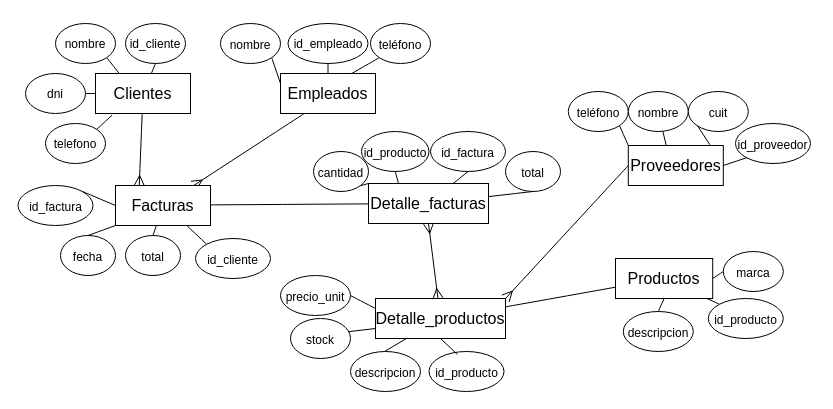
The draw.io diagram Diagrama sin título.drawio in CamilaJuarezAscaini/Backend, before the edit. Source tidied: cells renumbered, new cells numbered last; positions are measured from the earlier drawing's top-left corner, leaving out a move shared by most shapes. Both pictures are drawn from the tidied source at 100%, with x=0, y=0 at pixel (17, 23).
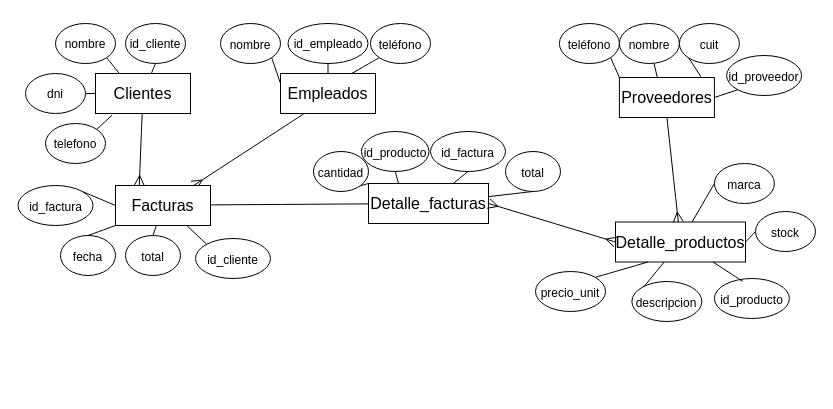
The same diagram, later.

Unchanged cells that the change refers to:
```xml
<mxCell id="49" value="Detalle_facturas" style="rounded=0;whiteSpace=wrap;html=1;fontSize=16;" parent="1" vertex="1">
  <mxGeometry x="351" y="160" width="120" height="40" as="geometry" />
</mxCell>
```

The edit, as a diff of the source:
```diff
@@
-    <mxCell id="6" style="edgeStyle=none;curved=1;rounded=0;jettySize=auto;html=1;fontSize=12;startSize=8;endSize=8;endArrow=none;endFill=0;" parent="1" edge="1" source="7" target="61">
-      <mxGeometry relative="1" as="geometry" />
-    </mxCell>
     <mxCell id="7" value="Detalle_productos" style="rounded=0;whiteSpace=wrap;html=1;fontSize=16;" parent="1" vertex="1">
-      <mxGeometry x="358" y="275" width="130" height="40" as="geometry" />
+      <mxGeometry x="598" y="198.5" width="130" height="40" as="geometry" />
     </mxCell>
@@
-    <mxCell id="10" style="edgeStyle=none;curved=1;rounded=0;jettySize=auto;html=1;exitX=0;exitY=0.5;exitDx=0;exitDy=0;fontSize=12;startSize=8;endSize=8;endArrow=ERmany;endFill=0;entryX=1;entryY=0;entryDx=0;entryDy=0;" parent="1" edge="1" source="14" target="7">
+    <mxCell id="10" style="edgeStyle=none;curved=1;rounded=0;jettySize=auto;html=1;exitX=0.5;exitY=1;exitDx=0;exitDy=0;fontSize=12;startSize=8;endSize=8;endArrow=ERmany;endFill=0;" parent="1" edge="1" source="14" target="7">
       <mxGeometry relative="1" as="geometry" />
     </mxCell>
@@
     <mxCell id="14" value="Proveedores" style="rounded=0;whiteSpace=wrap;html=1;fontSize=16;" parent="1" vertex="1">
-      <mxGeometry x="610.8" y="122" width="95" height="40" as="geometry" />
+      <mxGeometry x="601.9" y="54" width="95" height="40" as="geometry" />
     </mxCell>
@@
     <mxCell id="20" value="&lt;font style=&quot;font-size: 12px;&quot;&gt;teléfono&lt;/font&gt;" style="ellipse;whiteSpace=wrap;html=1;fontSize=16;" parent="1" vertex="1">
-      <mxGeometry x="550.8" y="68" width="60" height="40" as="geometry" />
+      <mxGeometry x="541.9" width="60" height="40" as="geometry" />
     </mxCell>
     <mxCell id="21" value="&lt;font style=&quot;font-size: 12px;&quot;&gt;nombre&lt;/font&gt;" style="ellipse;whiteSpace=wrap;html=1;fontSize=16;" parent="1" vertex="1">
-      <mxGeometry x="610.8" y="68" width="60" height="40" as="geometry" />
+      <mxGeometry x="601.9" width="60" height="40" as="geometry" />
     </mxCell>
     <mxCell id="22" value="&lt;font style=&quot;font-size: 12px;&quot;&gt;id_proveedor&lt;/font&gt;" style="ellipse;whiteSpace=wrap;html=1;fontSize=16;" parent="1" vertex="1">
-      <mxGeometry x="718" y="100" width="75" height="40" as="geometry" />
+      <mxGeometry x="709.1" y="32" width="75" height="40" as="geometry" />
     </mxCell>
     <mxCell id="23" value="&lt;font style=&quot;font-size: 12px;&quot;&gt;cuit&lt;/font&gt;" style="ellipse;whiteSpace=wrap;html=1;fontSize=16;" parent="1" vertex="1">
-      <mxGeometry x="670.8" y="68" width="60" height="40" as="geometry" />
+      <mxGeometry x="661.9" width="60" height="40" as="geometry" />
     </mxCell>
@@
     <mxCell id="25" value="&lt;font style=&quot;font-size: 12px;&quot;&gt;id_producto&lt;/font&gt;" style="ellipse;whiteSpace=wrap;html=1;fontSize=16;" parent="1" vertex="1">
-      <mxGeometry x="411.5" y="328" width="75" height="40" as="geometry" />
+      <mxGeometry x="696.9" y="255" width="75" height="40" as="geometry" />
     </mxCell>
-    <mxCell id="26" style="edgeStyle=none;curved=1;rounded=0;jettySize=auto;html=1;exitX=0;exitY=0.5;exitDx=0;exitDy=0;entryX=0;entryY=0.75;entryDx=0;entryDy=0;fontSize=12;startSize=8;endSize=8;endArrow=none;endFill=0;" parent="1" edge="1" source="27" target="7">
+    <mxCell id="26" style="edgeStyle=none;curved=1;rounded=0;jettySize=auto;html=1;exitX=0;exitY=0.5;exitDx=0;exitDy=0;entryX=1;entryY=0.5;entryDx=0;entryDy=0;fontSize=12;startSize=8;endSize=8;endArrow=none;endFill=0;" parent="1" edge="1" source="27" target="7">
       <mxGeometry relative="1" as="geometry" />
     </mxCell>
     <mxCell id="27" value="&lt;font style=&quot;font-size: 12px;&quot;&gt;stock&lt;/font&gt;" style="ellipse;whiteSpace=wrap;html=1;fontSize=16;" parent="1" vertex="1">
-      <mxGeometry x="273" y="295" width="60" height="40" as="geometry" />
+      <mxGeometry x="738" y="188" width="60" height="40" as="geometry" />
     </mxCell>
-    <mxCell id="28" style="edgeStyle=none;curved=1;rounded=0;jettySize=auto;html=1;exitX=1;exitY=0.5;exitDx=0;exitDy=0;entryX=0;entryY=0.25;entryDx=0;entryDy=0;fontSize=12;startSize=8;endSize=8;endArrow=none;endFill=0;" parent="1" edge="1" source="29" target="7">
+    <mxCell id="28" style="edgeStyle=none;curved=1;rounded=0;jettySize=auto;html=1;exitX=1;exitY=0;exitDx=0;exitDy=0;entryX=0.25;entryY=1;entryDx=0;entryDy=0;fontSize=12;startSize=8;endSize=8;endArrow=none;endFill=0;" parent="1" edge="1" source="29" target="7">
       <mxGeometry relative="1" as="geometry" />
     </mxCell>
     <mxCell id="29" value="&lt;font style=&quot;font-size: 12px;&quot;&gt;precio_unit&lt;/font&gt;" style="ellipse;whiteSpace=wrap;html=1;fontSize=16;" parent="1" vertex="1">
-      <mxGeometry x="263" y="252" width="70" height="40" as="geometry" />
+      <mxGeometry x="518" y="248" width="70" height="40" as="geometry" />
     </mxCell>
@@
     <mxCell id="31" value="&lt;font style=&quot;font-size: 12px;&quot;&gt;descripcion&lt;/font&gt;" style="ellipse;whiteSpace=wrap;html=1;fontSize=16;" parent="1" vertex="1">
-      <mxGeometry x="333" y="328" width="70" height="40" as="geometry" />
+      <mxGeometry x="614.4" y="258" width="70" height="40" as="geometry" />
     </mxCell>
-    <mxCell id="32" style="edgeStyle=none;curved=1;rounded=0;jettySize=auto;html=1;exitX=0.38;exitY=0.075;exitDx=0;exitDy=0;fontSize=12;startSize=8;endSize=8;endArrow=none;endFill=0;exitPerimeter=0;entryX=0.5;entryY=1;entryDx=0;entryDy=0;" parent="1" edge="1" source="25" target="7">
+    <mxCell id="32" style="edgeStyle=none;curved=1;rounded=0;jettySize=auto;html=1;exitX=0.38;exitY=0.075;exitDx=0;exitDy=0;fontSize=12;startSize=8;endSize=8;endArrow=none;endFill=0;exitPerimeter=0;entryX=0.75;entryY=1;entryDx=0;entryDy=0;" parent="1" edge="1" source="25" target="7">
       <mxGeometry relative="1" as="geometry" />
     </mxCell>
@@
-    <mxCell id="60" style="edgeStyle=none;curved=1;rounded=0;jettySize=auto;html=1;entryX=0.5;entryY=1;entryDx=0;entryDy=0;fontSize=12;startSize=8;endSize=8;endArrow=ERmany;endFill=0;startArrow=ERmany;startFill=0;" parent="1" edge="1" source="7" target="49">
+    <mxCell id="60" style="edgeStyle=none;curved=1;rounded=0;jettySize=auto;html=1;entryX=1;entryY=0.5;entryDx=0;entryDy=0;fontSize=12;startSize=8;endSize=8;endArrow=ERmany;endFill=0;startArrow=ERmany;startFill=0;exitX=0;exitY=0.5;exitDx=0;exitDy=0;" parent="1" edge="1" source="7" target="49">
       <mxGeometry relative="1" as="geometry" />
     </mxCell>
-    <mxCell id="61" value="Productos" style="rounded=0;whiteSpace=wrap;html=1;fontSize=16;" parent="1" vertex="1">
-      <mxGeometry x="598" y="235" width="97.2" height="40" as="geometry" />
-    </mxCell>
-    <mxCell id="62" style="edgeStyle=none;curved=1;rounded=0;jettySize=auto;html=1;exitX=0;exitY=0;exitDx=0;exitDy=0;fontSize=12;startSize=8;endSize=8;endArrow=none;endFill=0;" parent="1" edge="1" source="63" target="61">
-      <mxGeometry relative="1" as="geometry" />
-    </mxCell>
-    <mxCell id="63" value="&lt;font style=&quot;font-size: 12px;&quot;&gt;id_producto&lt;/font&gt;" style="ellipse;whiteSpace=wrap;html=1;fontSize=16;" parent="1" vertex="1">
-      <mxGeometry x="690.8" y="275" width="75" height="40" as="geometry" />
-    </mxCell>
-    <mxCell id="64" style="edgeStyle=none;curved=1;rounded=0;jettySize=auto;html=1;exitX=0.5;exitY=0;exitDx=0;exitDy=0;entryX=0.5;entryY=1;entryDx=0;entryDy=0;fontSize=12;startSize=8;endSize=8;endArrow=none;endFill=0;" parent="1" edge="1" source="65" target="61">
-      <mxGeometry relative="1" as="geometry" />
-    </mxCell>
-    <mxCell id="65" value="&lt;font style=&quot;font-size: 12px;&quot;&gt;descripcion&lt;/font&gt;" style="ellipse;whiteSpace=wrap;html=1;fontSize=16;" parent="1" vertex="1">
-      <mxGeometry x="605.8" y="288" width="70" height="40" as="geometry" />
-    </mxCell>
-    <mxCell id="66" style="edgeStyle=none;curved=1;rounded=0;jettySize=auto;html=1;exitX=0;exitY=0.5;exitDx=0;exitDy=0;entryX=1;entryY=0.5;entryDx=0;entryDy=0;fontSize=12;startSize=8;endSize=8;endArrow=none;endFill=0;" parent="1" edge="1" source="67" target="61">
-      <mxGeometry relative="1" as="geometry" />
-    </mxCell>
+    <mxCell id="68" style="edgeStyle=none;curved=1;rounded=0;jettySize=auto;html=1;exitX=0;exitY=0.5;exitDx=0;exitDy=0;fontSize=12;startSize=8;endSize=8;endArrow=none;endFill=0;" parent="1" edge="1" source="67" target="7">
+      <mxGeometry relative="1" as="geometry" />
+    </mxCell>
     <mxCell id="67" value="&lt;font style=&quot;font-size: 12px;&quot;&gt;marca&lt;/font&gt;" style="ellipse;whiteSpace=wrap;html=1;fontSize=16;" parent="1" vertex="1">
-      <mxGeometry x="705.8" y="228" width="60" height="40" as="geometry" />
+      <mxGeometry x="696.9" y="140" width="60" height="40" as="geometry" />
     </mxCell>
```
